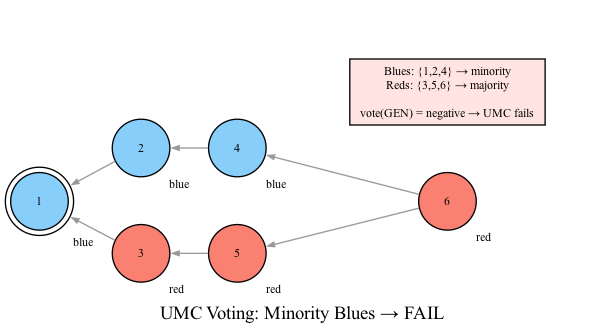
The Graphviz diagram png/08-umc-minority.png in coderofstuff/dk-wiki, before a commit. Its source is kept beside it as dot/08-umc-minority.dot. Source of this version:
```dot
digraph umc_minority_fail {
    rankdir=RL;
    nodesep=0.5;
    ranksep=0.4;
    node [shape=circle, style=filled, fontsize=9, width=0.6, height=0.6];
    edge [arrowsize=0.5, color=gray60];

    label="UMC Voting: Minority Blues → FAIL";

    GEN [label="1", fillcolor=lightskyblue, shape=doublecircle, xlabel="blue"];
    B2 [label="2", fillcolor=lightskyblue, xlabel="blue"];
    B3 [label="3", fillcolor=salmon, xlabel="red"];
    B4 [label="4", fillcolor=lightskyblue, xlabel="blue"];
    B5 [label="5", fillcolor=salmon, xlabel="red"];
    B6 [label="6", fillcolor=salmon, xlabel="red"];

    B6 -> B4;
    B6 -> B5;
    B4 -> B2;
    B5 -> B3;
    B2 -> GEN;
    B3 -> GEN;

    subgraph cluster_result {
        style=invis;
        RESULT [label="Blues: {1,2,4} → minority\nReds: {3,5,6} → majority\n\nvote(GEN) = negative → UMC fails", shape=box, style=filled, fillcolor=mistyrose, fontsize=9];
    }
}
```
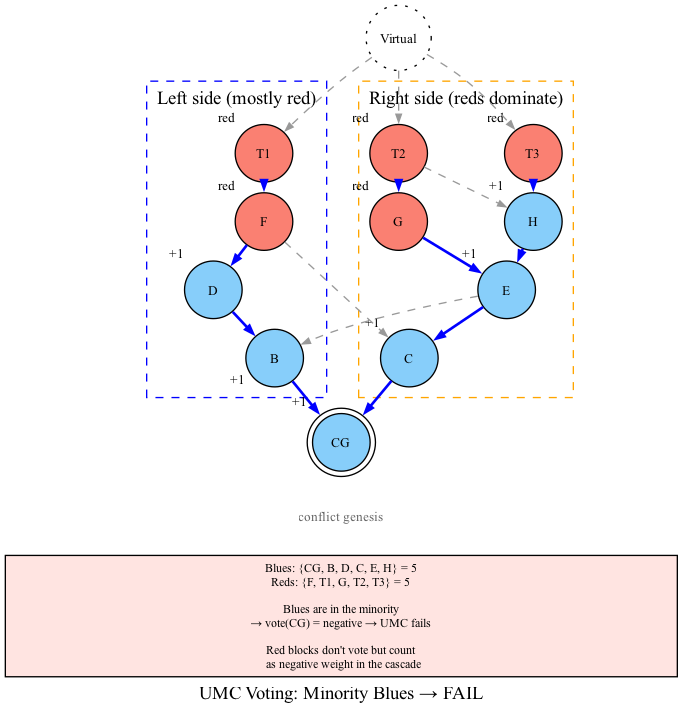
The same diagram one commit later.

The edit, as a diff of the source:
```diff
@@ -1,28 +1,65 @@
 digraph umc_minority_fail {
-    rankdir=RL;
-    nodesep=0.5;
-    ranksep=0.4;
-    node [shape=circle, style=filled, fontsize=9, width=0.6, height=0.6];
-    edge [arrowsize=0.5, color=gray60];
+    rankdir=TB;
+    nodesep=0.8;
+    ranksep=0.1;
+    node [shape=circle, style=filled, fontsize=10, width=0.6, height=0.6];
+    edge [arrowsize=0.6, color=gray60];
 
     label="UMC Voting: Minority Blues → FAIL";
 
-    GEN [label="1", fillcolor=lightskyblue, shape=doublecircle, xlabel="blue"];
-    B2 [label="2", fillcolor=lightskyblue, xlabel="blue"];
-    B3 [label="3", fillcolor=salmon, xlabel="red"];
-    B4 [label="4", fillcolor=lightskyblue, xlabel="blue"];
-    B5 [label="5", fillcolor=salmon, xlabel="red"];
-    B6 [label="6", fillcolor=salmon, xlabel="red"];
+    CG [label="CG", fillcolor=lightskyblue, shape=doublecircle, xlabel="+1"];
 
-    B6 -> B4;
-    B6 -> B5;
-    B4 -> B2;
-    B5 -> B3;
-    B2 -> GEN;
-    B3 -> GEN;
+    Virtual [label="Virtual", shape=circle, style=dotted, fillcolor=lightskyblue];
 
-    subgraph cluster_result {
-        style=invis;
-        RESULT [label="Blues: {1,2,4} → minority\nReds: {3,5,6} → majority\n\nvote(GEN) = negative → UMC fails", shape=box, style=filled, fillcolor=mistyrose, fontsize=9];
+    subgraph cluster_left {
+        label="Left side (mostly red)";
+        labelloc=t;
+        style="dashed";
+        color=blue;
+        B [label="B", fillcolor=lightskyblue, xlabel="+1"];
+        D [label="D", fillcolor=lightskyblue, xlabel="+1"];
+        F [label="F", fillcolor=salmon, xlabel="red"];
+        T1 [label="T1", fillcolor=salmon, xlabel="red"];
     }
+
+    subgraph cluster_right {
+        label="Right side (reds dominate)";
+        labelloc=t;
+        style="dashed";
+        color=orange;
+        C [label="C", fillcolor=lightskyblue, xlabel="+1"];
+        E [label="E", fillcolor=lightskyblue, xlabel="+1"];
+        G [label="G", fillcolor=salmon, xlabel="red"];
+        T2 [label="T2", fillcolor=salmon, xlabel="red"];
+        H [label="H", fillcolor=lightskyblue, xlabel="+1"];
+        T3 [label="T3", fillcolor=salmon, xlabel="red"];
+    }
+
+    CG_lbl [label="conflict genesis", shape=plaintext, style=filled, fillcolor=none, fontsize=10, fontcolor=gray40, width=0];
+
+    NOTE [label="Blues: {CG, B, D, C, E, H} = 5\nReds: {F, T1, G, T2, T3} = 5\n\nBlues are in the minority\n→ vote(CG) = negative → UMC fails\n\nRed blocks don't vote but count\n  as negative weight in the cascade", shape=box, style=filled, fillcolor=mistyrose, fontsize=9, width=7];
+
+    D -> B [color=blue, penwidth=2.0];
+    F -> D [color=blue, penwidth=2.0];
+    T1 -> F [color=blue, penwidth=2.0];
+    E -> C [color=blue, penwidth=2.0];
+    G -> E [color=blue, penwidth=2.0];
+    T2 -> G [color=blue, penwidth=2.0];
+    H -> E [color=blue, penwidth=2.0];
+    T3 -> H [color=blue, penwidth=2.0];
+
+    B -> CG [color=blue, penwidth=2.0];
+    C -> CG [color=blue, penwidth=2.0];
+
+    T2 -> H [color=gray60, penwidth=1.0, style=dashed];
+    F -> C [color=gray60, penwidth=1.0, style=dashed];
+    E -> B [color=gray60, penwidth=1.0, style=dashed];
+
+    CG -> CG_lbl [style=invis];
+    CG_lbl -> NOTE [style=invis];
+
+    Virtual -> T1 [color=gray60, penwidth=1.0, style=dashed];
+    Virtual -> T2 [color=gray60, penwidth=1.0, style=dashed];
+    Virtual -> T3 [color=gray60, penwidth=1.0, style=dashed];
+
 }
```
